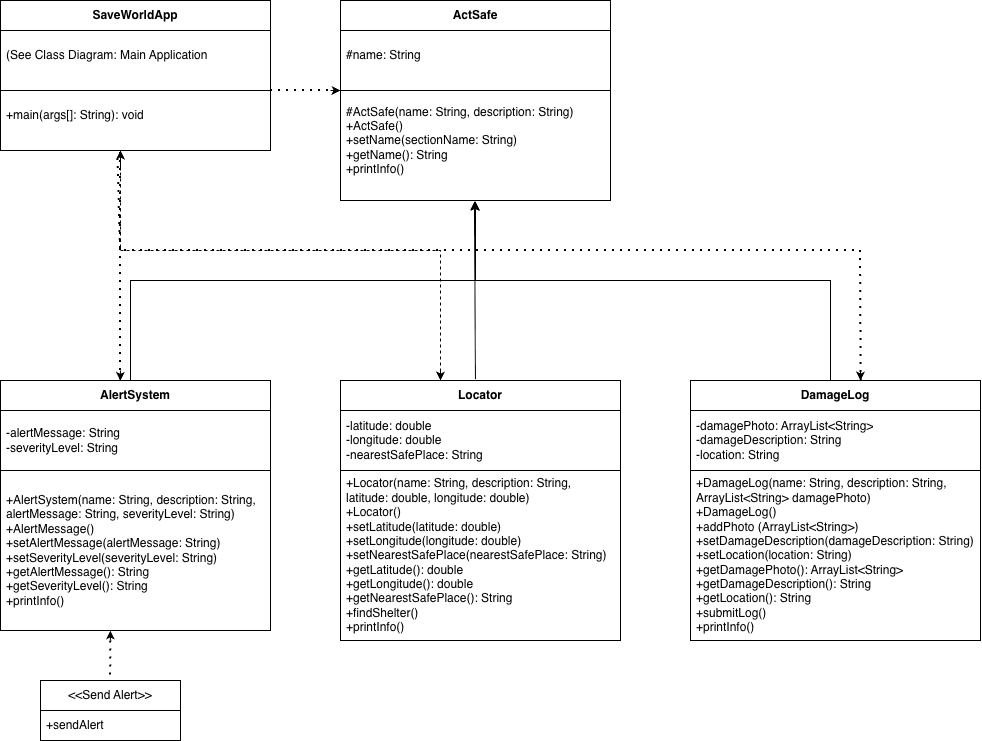
Before: ActSafe.png, a diagram exported from draw.io (Namuun612/OOP2025). Source tidied: cells renumbered, new cells last; positions are measured from the earlier drawing's top-left corner, leaving out a move shared by most shapes.
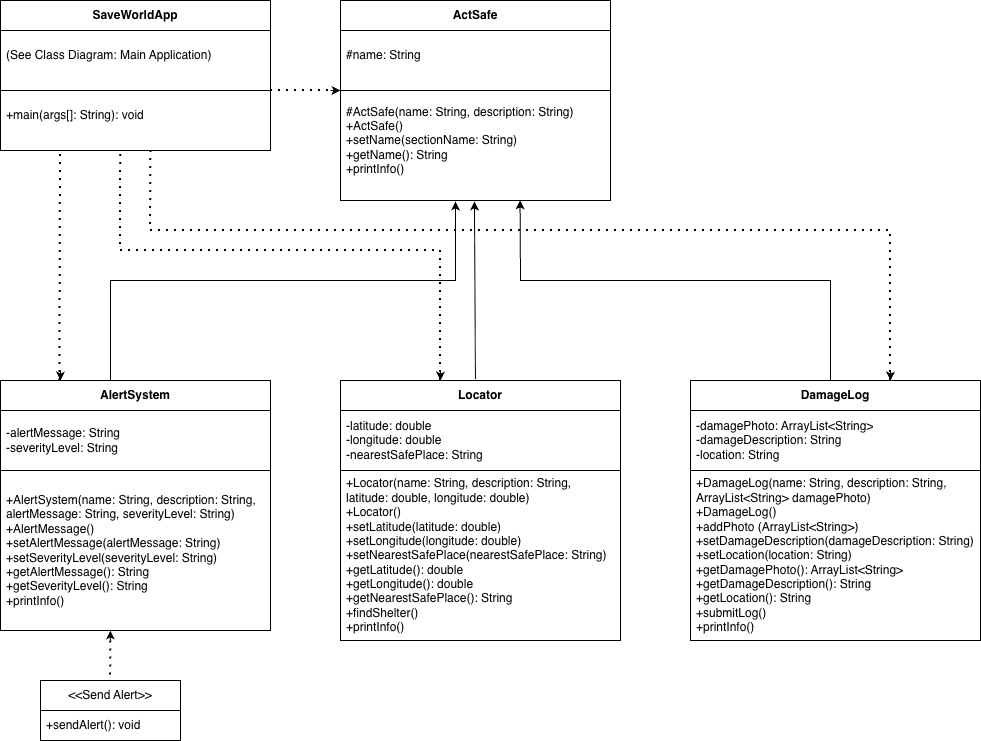
Above is the later version.

The edit, as a diff of the source:
```diff
@@ -50,30 +50,31 @@
     <mxCell id="17" value="&lt;b&gt;DamageLog&lt;/b&gt;" style="swimlane;fontStyle=0;horizontal=1;startSize=30;whiteSpace=wrap;html=1;" parent="1" vertex="1">
       <mxGeometry x="690" y="380" width="290" height="90" as="geometry" />
     </mxCell>
-    <mxCell id="18" style="endArrow=classic;html=1;rounded=0;entryX=0.5;entryY=1.008;entryDx=0;entryDy=0;entryPerimeter=0;" parent="1" edge="1" target="4">
+    <mxCell id="18" style="endArrow=classic;html=1;rounded=0;entryX=0.5;entryY=1.008;entryDx=0;entryDy=0;entryPerimeter=0;" parent="1" edge="1">
       <mxGeometry relative="1" as="geometry">
-        <mxPoint x="130" y="380" as="sourcePoint" />
+        <mxPoint x="110" y="380" as="sourcePoint" />
+        <mxPoint x="455" y="201" as="targetPoint" />
         <Array as="points">
-          <mxPoint x="130" y="280" />
-          <mxPoint x="475" y="280" />
+          <mxPoint x="110" y="280" />
+          <mxPoint x="455" y="280" />
         </Array>
       </mxGeometry>
     </mxCell>
     <mxCell id="19" style="endArrow=classic;html=1;rounded=0;exitX=0.482;exitY=-0.015;exitDx=0;exitDy=0;exitPerimeter=0;entryX=0.496;entryY=1.008;entryDx=0;entryDy=0;entryPerimeter=0;" parent="1" edge="1" source="13" target="4">
       <mxGeometry relative="1" as="geometry" />
     </mxCell>
-    <mxCell id="20" style="endArrow=classic;html=1;rounded=0;exitX=0.483;exitY=-0.003;exitDx=0;exitDy=0;exitPerimeter=0;entryX=0.499;entryY=1.01;entryDx=0;entryDy=0;entryPerimeter=0;" parent="1" edge="1" source="17" target="4">
+    <mxCell id="20" style="endArrow=classic;html=1;rounded=0;exitX=0.483;exitY=-0.003;exitDx=0;exitDy=0;exitPerimeter=0;entryX=0.665;entryY=0.998;entryDx=0;entryDy=0;entryPerimeter=0;" parent="1" edge="1" source="17" target="4">
       <mxGeometry relative="1" as="geometry">
         <Array as="points">
           <mxPoint x="830" y="280" />
-          <mxPoint x="475" y="280" />
+          <mxPoint x="520" y="280" />
         </Array>
       </mxGeometry>
     </mxCell>
     <mxCell id="21" value="&amp;lt;&amp;lt;Send Alert&amp;gt;&amp;gt;" style="swimlane;fontStyle=0;horizontal=1;startSize=30;whiteSpace=wrap;html=1;" parent="1" vertex="1">
       <mxGeometry x="40" y="680" width="140" height="60" as="geometry" />
     </mxCell>
-    <mxCell id="22" value="+sendAlert" style="text;strokeColor=none;fillColor=none;align=left;verticalAlign=middle;spacingLeft=4;spacingRight=4;overflow=hidden;whiteSpace=wrap;html=1;" parent="21" vertex="1">
+    <mxCell id="22" value="+sendAlert(): void" style="text;strokeColor=none;fillColor=none;align=left;verticalAlign=middle;spacingLeft=4;spacingRight=4;overflow=hidden;whiteSpace=wrap;html=1;" parent="21" vertex="1">
       <mxGeometry y="30" width="140" height="30" as="geometry" />
     </mxCell>
     <mxCell id="23" style="endArrow=none;dashed=1;html=1;dashPattern=1 3;strokeWidth=2;rounded=0;exitX=0.409;exitY=1.015;exitDx=0;exitDy=0;exitPerimeter=0;entryX=0.5;entryY=0;entryDx=0;entryDy=0;" parent="1" edge="1" source="8" target="21">
@@ -82,7 +83,7 @@
     <mxCell id="24" value="List" style="swimlane;fontStyle=0;horizontal=1;startSize=30;whiteSpace=wrap;html=1;" parent="1" vertex="1">
       <mxGeometry width="270" height="150" as="geometry" />
     </mxCell>
-    <mxCell id="25" value="(See Class Diagram: Main Application" style="text;strokeColor=none;fillColor=none;align=left;verticalAlign=middle;spacingLeft=4;spacingRight=4;overflow=hidden;whiteSpace=wrap;html=1;" parent="24" vertex="1">
+    <mxCell id="25" value="(See Class Diagram: Main Application)" style="text;strokeColor=none;fillColor=none;align=left;verticalAlign=middle;spacingLeft=4;spacingRight=4;overflow=hidden;whiteSpace=wrap;html=1;" parent="24" vertex="1">
       <mxGeometry y="30" width="270" height="50" as="geometry" />
     </mxCell>
     <mxCell id="26" value="&lt;div&gt;+main(args[]: String): void&lt;/div&gt;" style="text;strokeColor=none;fillColor=none;align=left;verticalAlign=middle;spacingLeft=4;spacingRight=4;overflow=hidden;points=[[0,0.5],[1,0.5]];portConstraint=eastwest;whiteSpace=wrap;html=1;" parent="24" vertex="1">
@@ -94,55 +95,30 @@
     <mxCell id="28" style="endArrow=none;dashed=1;html=1;dashPattern=1 3;strokeWidth=2;rounded=0;entryX=0;entryY=1;entryDx=0;entryDy=0;exitX=1;exitY=1;exitDx=0;exitDy=0;" parent="1" edge="1" source="27" target="5">
       <mxGeometry relative="1" as="geometry" />
     </mxCell>
-    <mxCell id="29" style="endArrow=none;dashed=1;html=1;dashPattern=1 3;strokeWidth=2;rounded=0;" parent="1" edge="1">
+    <mxCell id="29" style="endArrow=none;dashed=1;html=1;dashPattern=1 3;strokeWidth=2;rounded=0;exitX=0.22;exitY=0.001;exitDx=0;exitDy=0;exitPerimeter=0;" parent="1" edge="1" source="9">
       <mxGeometry relative="1" as="geometry">
-        <mxPoint x="120" y="370" as="sourcePoint" />
-        <mxPoint x="120" y="150" as="targetPoint" />
+        <mxPoint x="60" y="150" as="targetPoint" />
       </mxGeometry>
     </mxCell>
-    <mxCell id="30" style="endArrow=none;dashed=1;html=1;rounded=0;" parent="1" edge="1">
-      <mxGeometry relative="1" as="geometry">
-        <mxPoint x="440" y="377" as="sourcePoint" />
-        <mxPoint x="120" y="150" as="targetPoint" />
-        <Array as="points">
-          <mxPoint x="440" y="250" />
-          <mxPoint x="120" y="250" />
-        </Array>
-      </mxGeometry>
-    </mxCell>
-    <mxCell id="31" style="endArrow=none;dashed=1;html=1;dashPattern=1 3;strokeWidth=2;rounded=0;exitX=0.416;exitY=-0.039;exitDx=0;exitDy=0;exitPerimeter=0;entryX=0.435;entryY=1.05;entryDx=0;entryDy=0;entryPerimeter=0;" parent="1" edge="1" target="26">
+    <mxCell id="31" style="endArrow=none;dashed=1;html=1;dashPattern=1 3;strokeWidth=2;rounded=0;entryX=0.557;entryY=0.994;entryDx=0;entryDy=0;entryPerimeter=0;" parent="1" edge="1" target="26">
       <mxGeometry relative="1" as="geometry">
-        <mxPoint x="860.6" y="380" as="sourcePoint" />
+        <mxPoint x="890" y="380" as="sourcePoint" />
         <Array as="points">
-          <mxPoint x="860" y="250" />
-          <mxPoint x="120" y="250" />
+          <mxPoint x="890" y="230" />
+          <mxPoint x="150" y="230" />
         </Array>
       </mxGeometry>
     </mxCell>
     <mxCell id="32" style="endArrow=classic;html=1;rounded=0;" parent="1" edge="1">
       <mxGeometry relative="1" as="geometry">
-        <mxPoint x="120" y="160" as="sourcePoint" />
-        <mxPoint x="120" y="150" as="targetPoint" />
-        <Array as="points">
-          <mxPoint x="120" y="170" />
-        </Array>
+        <mxPoint x="440" y="370" as="sourcePoint" />
+        <mxPoint x="440" y="380" as="targetPoint" />
       </mxGeometry>
     </mxCell>
-    <mxCell id="33" style="endArrow=classic;html=1;rounded=0;entryX=0.443;entryY=0.004;entryDx=0;entryDy=0;entryPerimeter=0;" parent="1" edge="1" target="9">
-      <mxGeometry relative="1" as="geometry">
-        <mxPoint x="120" y="370" as="sourcePoint" />
-      </mxGeometry>
-    </mxCell>
-    <mxCell id="34" style="endArrow=classic;html=1;rounded=0;entryX=0.443;entryY=0.004;entryDx=0;entryDy=0;entryPerimeter=0;" parent="1" edge="1">
-      <mxGeometry relative="1" as="geometry">
-        <mxPoint x="440" y="370" as="sourcePoint" />
-        <mxPoint x="440" y="380" as="targetPoint" />
-      </mxGeometry>
-    </mxCell>
-    <mxCell id="35" style="endArrow=classic;html=1;rounded=0;entryX=0.443;entryY=0.004;entryDx=0;entryDy=0;entryPerimeter=0;" parent="1" edge="1">
+    <mxCell id="35" style="endArrow=classic;html=1;rounded=0;" parent="1" edge="1">
       <mxGeometry relative="1" as="geometry">
-        <mxPoint x="860" y="370" as="sourcePoint" />
-        <mxPoint x="860" y="380" as="targetPoint" />
+        <mxPoint x="890" y="370" as="sourcePoint" />
+        <mxPoint x="890" y="380" as="targetPoint" />
       </mxGeometry>
     </mxCell>
     <mxCell id="36" style="endArrow=classic;html=1;rounded=0;" parent="1" edge="1">
@@ -157,5 +133,20 @@
         <mxPoint x="109.9" y="630" as="targetPoint" />
       </mxGeometry>
     </mxCell>
+    <mxCell id="38" style="endArrow=classic;html=1;rounded=0;" parent="1" edge="1">
+      <mxGeometry relative="1" as="geometry">
+        <mxPoint x="60" y="370" as="sourcePoint" />
+        <mxPoint x="60" y="380" as="targetPoint" />
+      </mxGeometry>
+    </mxCell>
+    <mxCell id="39" style="endArrow=none;dashed=1;html=1;dashPattern=1 3;strokeWidth=2;rounded=0;entryX=0.445;entryY=1.009;entryDx=0;entryDy=0;entryPerimeter=0;" parent="1" edge="1" target="26">
+      <mxGeometry relative="1" as="geometry">
+        <mxPoint x="440" y="380" as="sourcePoint" />
+        <Array as="points">
+          <mxPoint x="440" y="250" />
+          <mxPoint x="120" y="250" />
+        </Array>
+      </mxGeometry>
+    </mxCell>
   </root>
 </mxGraphModel>
```
